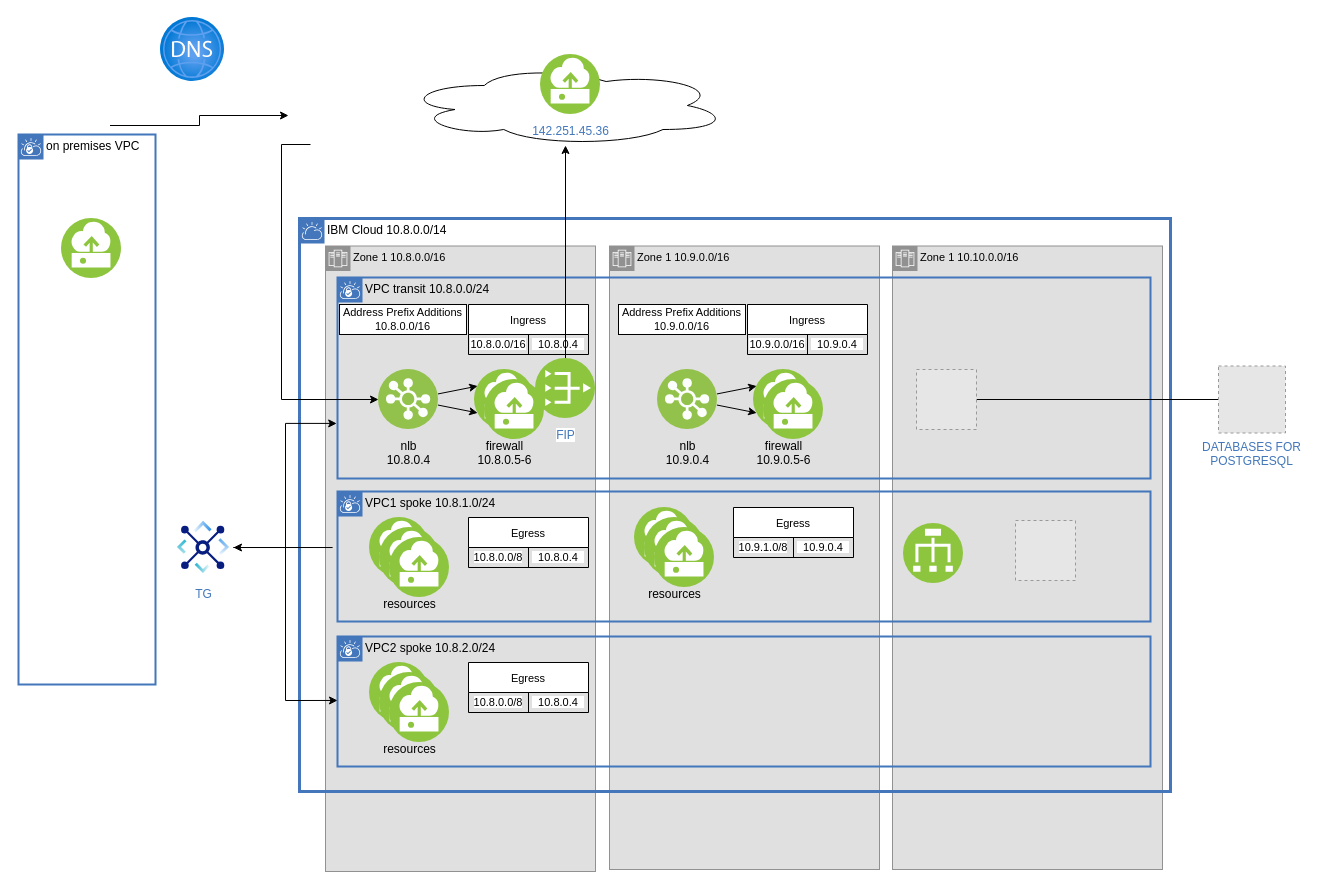
The draw.io diagram page "zonal" (2 of 6) of firewall.drawio in IBM-Cloud/vpc-transit-firewall, before the edit. Source tidied: cells renumbered, new cells numbered last; positions are measured from the earlier drawing's top-left corner, leaving out a move shared by most shapes. Both pictures are drawn from the tidied source at 100%, with x=0, y=0 at pixel (18, 17). Pictures stored in the file or linked from it are replaced by grey dashed boxes.
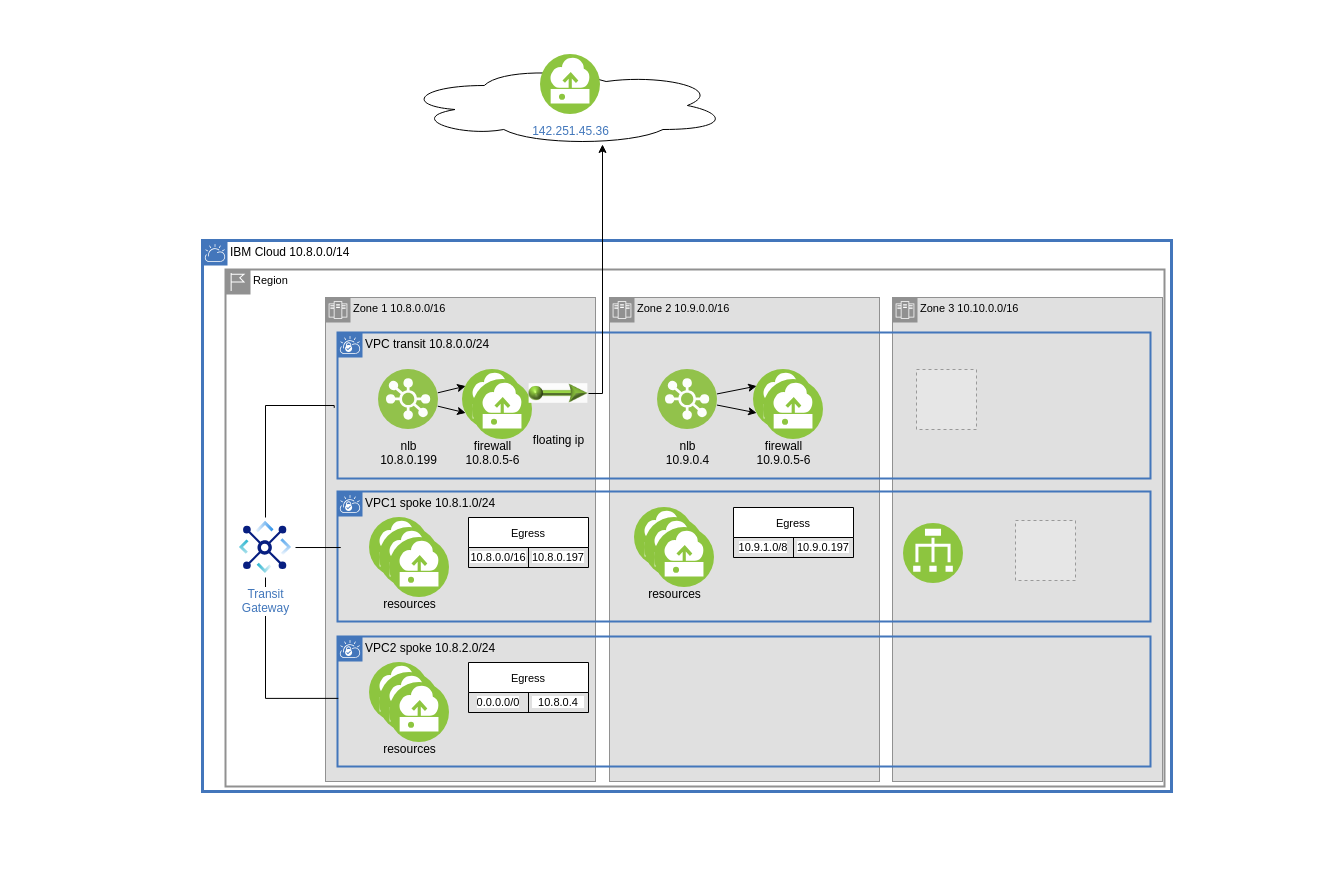
The same page after the edit.

Unchanged cells that the change refers to:
```xml
<mxCell id="7" value="&lt;span style=&quot;font-weight: normal&quot;&gt;VPC1 spoke 10.8.1.0/24&lt;br&gt;&lt;/span&gt;" style="shape=mxgraph.ibm.box;prType=vpc;fontStyle=1;verticalAlign=top;align=left;spacingLeft=32;spacingTop=4;fillColor=none;rounded=0;whiteSpace=wrap;html=1;strokeColor=#4376BB;strokeWidth=2;dashed=0;spacing=-4;labelBackgroundColor=none;" parent="1" vertex="1">
  <mxGeometry x="319" y="474" width="813" height="130" as="geometry" />
</mxCell>
<mxCell id="19" style="shape=tableRow;horizontal=0;startSize=0;swimlaneHead=0;swimlaneBody=0;top=0;left=0;bottom=0;right=0;fillColor=none;fontFamily=Helvetica;fontSize=11;fontColor=default;" parent="18" vertex="1">
  <mxGeometry y="30" width="120" height="20" as="geometry" />
</mxCell>
<mxCell id="26" value="&lt;span style=&quot;font-weight: normal&quot;&gt;VPC2 spoke 10.8.2.0/24&lt;br&gt;&lt;/span&gt;" style="shape=mxgraph.ibm.box;prType=vpc;fontStyle=1;verticalAlign=top;align=left;spacingLeft=32;spacingTop=4;fillColor=none;rounded=0;whiteSpace=wrap;html=1;strokeColor=#4376BB;strokeWidth=2;dashed=0;spacing=-4;labelBackgroundColor=none;" parent="1" vertex="1">
  <mxGeometry x="319" y="619" width="813" height="130" as="geometry" />
</mxCell>
<mxCell id="28" style="shape=tableRow;horizontal=0;startSize=0;swimlaneHead=0;swimlaneBody=0;top=0;left=0;bottom=0;right=0;fillColor=none;fontFamily=Helvetica;fontSize=11;fontColor=default;" parent="27" vertex="1">
  <mxGeometry y="30" width="120" height="20" as="geometry" />
</mxCell>
<mxCell id="45" style="shape=tableRow;horizontal=0;startSize=0;swimlaneHead=0;swimlaneBody=0;top=0;left=0;bottom=0;right=0;fillColor=none;fontFamily=Helvetica;fontSize=11;fontColor=default;" parent="44" vertex="1">
  <mxGeometry y="30" width="120" height="20" as="geometry" />
</mxCell>
<mxCell id="59" style="ellipse;shape=cloud;whiteSpace=wrap;html=1;labelBackgroundColor=none;fontFamily=Helvetica;fontSize=11;fontColor=#000000;fillColor=#FFFFFF;" parent="1" vertex="1">
  <mxGeometry x="384.5" y="48" width="325" height="80" as="geometry" />
</mxCell>
<mxCell id="65" style="fillColor=#E6E6E6;strokeColor=#999999;dashed=1;verticalLabelPosition=bottom;labelBackgroundColor=#ffffff;verticalAlign=top;" parent="1" vertex="1">
  <mxGeometry x="898" y="352" width="60" height="60" as="geometry" />
</mxCell>
```

The edit, as a diff of the source:
```diff
@@
+    <mxCell id="5" value="IBM Cloud 10.8.0.0/14" style="shape=mxgraph.ibm.box;prType=cloud;fontStyle=0;verticalAlign=top;align=left;spacingLeft=32;spacingTop=4;fillColor=none;rounded=0;whiteSpace=wrap;html=1;strokeColor=#4376BB;strokeWidth=3;dashed=0;spacing=-4;" parent="1" vertex="1">
+      <mxGeometry x="184" y="223" width="969" height="551" as="geometry" />
+    </mxCell>
+    <mxCell id="68" value="Region" style="shape=mxgraph.ibm.box;prType=region;fontStyle=0;verticalAlign=top;align=left;spacingLeft=32;spacingTop=4;fillColor=none;rounded=0;whiteSpace=wrap;html=1;strokeColor=#919191;strokeWidth=2;dashed=0;spacing=-4;labelBackgroundColor=none;fontFamily=Helvetica;fontSize=11;fontColor=#000000;" parent="1" vertex="1">
+      <mxGeometry x="207" y="252" width="939" height="517" as="geometry" />
+    </mxCell>
-    <mxCell id="2" value="Zone 1 10.10.0.0/16" style="shape=mxgraph.ibm.box;prType=zone;fontStyle=0;verticalAlign=top;align=left;spacingLeft=32;spacingTop=4;fillColor=#E0E0E0;rounded=0;whiteSpace=wrap;html=1;strokeColor=#919191;strokeWidth=1;dashed=0;spacing=-4;fontFamily=Helvetica;fontSize=11;fontColor=default;" parent="1" vertex="1">
-      <mxGeometry x="874" y="228.5" width="270" height="623.5" as="geometry" />
+    <mxCell id="2" value="Zone 3 10.10.0.0/16" style="shape=mxgraph.ibm.box;prType=zone;fontStyle=0;verticalAlign=top;align=left;spacingLeft=32;spacingTop=4;fillColor=#E0E0E0;rounded=0;whiteSpace=wrap;html=1;strokeColor=#919191;strokeWidth=1;dashed=0;spacing=-4;fontFamily=Helvetica;fontSize=11;fontColor=default;" parent="1" vertex="1">
+      <mxGeometry x="874" y="280" width="270" height="484" as="geometry" />
     </mxCell>
     <mxCell id="3" value="Zone 1 10.8.0.0/16" style="shape=mxgraph.ibm.box;prType=zone;fontStyle=0;verticalAlign=top;align=left;spacingLeft=32;spacingTop=4;fillColor=#E0E0E0;rounded=0;whiteSpace=wrap;html=1;strokeColor=#919191;strokeWidth=1;dashed=0;spacing=-4;fontFamily=Helvetica;fontSize=11;fontColor=default;" parent="1" vertex="1">
-      <mxGeometry x="307" y="228.5" width="270" height="625.5" as="geometry" />
+      <mxGeometry x="307" y="280" width="270" height="484" as="geometry" />
     </mxCell>
-    <mxCell id="4" value="Zone 1 10.9.0.0/16" style="shape=mxgraph.ibm.box;prType=zone;fontStyle=0;verticalAlign=top;align=left;spacingLeft=32;spacingTop=4;fillColor=#E0E0E0;rounded=0;whiteSpace=wrap;html=1;strokeColor=#919191;strokeWidth=1;dashed=0;spacing=-4;fontFamily=Helvetica;fontSize=11;fontColor=default;" parent="1" vertex="1">
-      <mxGeometry x="591" y="228.5" width="270" height="623.5" as="geometry" />
+    <mxCell id="4" value="Zone 2 10.9.0.0/16" style="shape=mxgraph.ibm.box;prType=zone;fontStyle=0;verticalAlign=top;align=left;spacingLeft=32;spacingTop=4;fillColor=#E0E0E0;rounded=0;whiteSpace=wrap;html=1;strokeColor=#919191;strokeWidth=1;dashed=0;spacing=-4;fontFamily=Helvetica;fontSize=11;fontColor=default;" parent="1" vertex="1">
+      <mxGeometry x="591" y="280" width="270" height="484" as="geometry" />
     </mxCell>
-    <mxCell id="5" value="IBM Cloud 10.8.0.0/14" style="shape=mxgraph.ibm.box;prType=cloud;fontStyle=0;verticalAlign=top;align=left;spacingLeft=32;spacingTop=4;fillColor=none;rounded=0;whiteSpace=wrap;html=1;strokeColor=#4376BB;strokeWidth=3;dashed=0;spacing=-4;" parent="1" vertex="1">
-      <mxGeometry x="281" y="201" width="871" height="573" as="geometry" />
-    </mxCell>
     <mxCell id="6" value="&lt;span style=&quot;font-weight: normal&quot;&gt;VPC transit 10.8.0.0/24&lt;br&gt;&lt;/span&gt;" style="shape=mxgraph.ibm.box;prType=vpc;fontStyle=1;verticalAlign=top;align=left;spacingLeft=32;spacingTop=4;fillColor=none;rounded=0;whiteSpace=wrap;html=1;strokeColor=#4376BB;strokeWidth=2;dashed=0;spacing=-4;" parent="1" vertex="1">
-      <mxGeometry x="319" y="260" width="813" height="201" as="geometry" />
+      <mxGeometry x="319" y="315" width="813" height="146" as="geometry" />
     </mxCell>
@@
-    <mxCell id="8" style="edgeStyle=orthogonalEdgeStyle;shape=connector;rounded=0;jettySize=auto;html=1;entryX=0;entryY=0.5;entryDx=0;entryDy=0;labelBackgroundColor=default;fontFamily=Helvetica;fontSize=11;fontColor=#000000;endArrow=classic;endFill=1;strokeColor=default;strokeWidth=1;" parent="1" edge="1" target="12">
-      <mxGeometry relative="1" as="geometry">
-        <mxPoint x="292" y="127" as="sourcePoint" />
-        <Array as="points">
-          <mxPoint x="263" y="127" />
-          <mxPoint x="263" y="382" />
-        </Array>
-      </mxGeometry>
-    </mxCell>
-    <mxCell id="9" value="Address Prefix Additions&lt;br&gt;10.8.0.0/16" style="rounded=0;whiteSpace=wrap;html=1;fontFamily=Helvetica;fontSize=11;fontColor=default;" parent="1" vertex="1">
-      <mxGeometry x="321" y="287" width="127" height="30" as="geometry" />
-    </mxCell>
@@
-    <mxCell id="12" value="nlb&lt;br&gt;10.8.0.4" style="perimeter=ellipsePerimeter;html=1;align=center;shadow=0;dashed=0;fontColor=default;fontSize=12;spacingTop=3;image;image=img/lib/ibm/vpc/LoadBalancerPool.svg;fontFamily=Helvetica;labelBackgroundColor=none;" parent="1" vertex="1">
+    <mxCell id="12" value="nlb&lt;br&gt;10.8.0.199" style="perimeter=ellipsePerimeter;html=1;align=center;shadow=0;dashed=0;fontColor=default;fontSize=12;spacingTop=3;image;image=img/lib/ibm/vpc/LoadBalancerPool.svg;fontFamily=Helvetica;labelBackgroundColor=none;" parent="1" vertex="1">
       <mxGeometry x="360" y="352" width="60" height="60" as="geometry" />
     </mxCell>
     <mxCell id="13" value="&lt;font color=&quot;#000000&quot;&gt;firewall&lt;br&gt;10.8.0.5-6&lt;/font&gt;" style="perimeter=ellipsePerimeter;html=1;align=center;shadow=0;dashed=0;fontColor=#4277BB;fontSize=12;spacingTop=3;image;image=img/lib/ibm/vpc/Instance.svg;labelBackgroundColor=none;" parent="1" vertex="1">
-      <mxGeometry x="456" y="352" width="60" height="60" as="geometry" />
+      <mxGeometry x="444" y="352" width="60" height="60" as="geometry" />
     </mxCell>
-    <mxCell id="14" value="Ingress" style="shape=table;startSize=30;childLayout=tableLayout;fontFamily=Helvetica;fontSize=11;fontColor=default;spacing=0;labelBackgroundColor=#FFFFFF;fillColor=#FFFFFF;" parent="1" vertex="1">
-      <mxGeometry x="450" y="287" width="120" height="50" as="geometry" />
-    </mxCell>
-    <mxCell id="15" style="shape=tableRow;horizontal=0;startSize=0;swimlaneHead=0;swimlaneBody=0;top=0;left=0;bottom=0;right=0;fillColor=none;fontFamily=Helvetica;fontSize=11;fontColor=default;" parent="14" vertex="1">
-      <mxGeometry y="30" width="120" height="20" as="geometry" />
-    </mxCell>
-    <mxCell id="16" value="&lt;span style=&quot;background-color: rgb(255, 255, 255);&quot;&gt;10.8.0.0/16&lt;/span&gt;" style="shape=partialRectangle;html=1;whiteSpace=wrap;overflow=hidden;fillColor=none;top=0;left=0;bottom=0;right=0;fontFamily=Helvetica;fontSize=11;fontColor=default;" parent="15" vertex="1">
-      <mxGeometry width="60" height="20" as="geometry" />
-    </mxCell>
-    <mxCell id="17" value="&lt;span style=&quot;background-color: rgb(255, 255, 255);&quot;&gt;&amp;nbsp; 10.8.0.4&amp;nbsp;&amp;nbsp;&lt;/span&gt;" style="shape=partialRectangle;html=1;whiteSpace=wrap;overflow=hidden;fillColor=none;top=0;left=0;bottom=0;right=0;fontFamily=Helvetica;fontSize=11;fontColor=default;" parent="15" vertex="1">
-      <mxGeometry x="60" width="60" height="20" as="geometry" />
-    </mxCell>
@@
-    <mxCell id="20" value="&lt;span style=&quot;background-color: rgb(255, 255, 255);&quot;&gt;10.8.0.0/8&lt;/span&gt;" style="shape=partialRectangle;html=1;whiteSpace=wrap;overflow=hidden;fillColor=none;top=0;left=0;bottom=0;right=0;fontFamily=Helvetica;fontSize=11;fontColor=default;" parent="19" vertex="1">
+    <mxCell id="20" value="&lt;span style=&quot;background-color: rgb(255, 255, 255);&quot;&gt;10.8.0.0/16&lt;/span&gt;" style="shape=partialRectangle;html=1;whiteSpace=wrap;overflow=hidden;fillColor=none;top=0;left=0;bottom=0;right=0;fontFamily=Helvetica;fontSize=11;fontColor=default;" parent="19" vertex="1">
       <mxGeometry width="60" height="20" as="geometry" />
     </mxCell>
-    <mxCell id="21" value="&lt;span style=&quot;background-color: rgb(255, 255, 255);&quot;&gt;&amp;nbsp; 10.8.0.4&amp;nbsp;&amp;nbsp;&lt;/span&gt;" style="shape=partialRectangle;html=1;whiteSpace=wrap;overflow=hidden;fillColor=none;top=0;left=0;bottom=0;right=0;fontFamily=Helvetica;fontSize=11;fontColor=default;" parent="19" vertex="1">
+    <mxCell id="21" value="&lt;span style=&quot;background-color: rgb(255, 255, 255);&quot;&gt;10.8.0.197&lt;/span&gt;" style="shape=partialRectangle;html=1;whiteSpace=wrap;overflow=hidden;fillColor=none;top=0;left=0;bottom=0;right=0;fontFamily=Helvetica;fontSize=11;fontColor=default;" parent="19" vertex="1">
       <mxGeometry x="60" width="60" height="20" as="geometry" />
     </mxCell>
@@
     <mxCell id="25" style="perimeter=ellipsePerimeter;html=1;align=center;shadow=0;dashed=0;fontColor=#4277BB;fontSize=12;spacingTop=3;image;image=img/lib/ibm/vpc/Instance.svg;labelBackgroundColor=none;" parent="1" vertex="1">
-      <mxGeometry x="466" y="362" width="60" height="60" as="geometry" />
+      <mxGeometry x="454" y="362" width="60" height="60" as="geometry" />
     </mxCell>
@@
-    <mxCell id="29" value="&lt;span style=&quot;background-color: rgb(255, 255, 255);&quot;&gt;10.8.0.0/8&lt;/span&gt;" style="shape=partialRectangle;html=1;whiteSpace=wrap;overflow=hidden;fillColor=none;top=0;left=0;bottom=0;right=0;fontFamily=Helvetica;fontSize=11;fontColor=default;" parent="28" vertex="1">
+    <mxCell id="29" value="&lt;span style=&quot;background-color: rgb(255, 255, 255);&quot;&gt;0.0.0.0/0&lt;/span&gt;" style="shape=partialRectangle;html=1;whiteSpace=wrap;overflow=hidden;fillColor=none;top=0;left=0;bottom=0;right=0;fontFamily=Helvetica;fontSize=11;fontColor=default;" parent="28" vertex="1">
       <mxGeometry width="60" height="20" as="geometry" />
     </mxCell>
@@
-    <mxCell id="34" value="Address Prefix Additions&lt;br&gt;10.9.0.0/16" style="rounded=0;whiteSpace=wrap;html=1;fontFamily=Helvetica;fontSize=11;fontColor=default;" parent="1" vertex="1">
-      <mxGeometry x="600" y="287" width="127" height="30" as="geometry" />
-    </mxCell>
@@
-    <mxCell id="39" value="Ingress" style="shape=table;startSize=30;childLayout=tableLayout;fontFamily=Helvetica;fontSize=11;fontColor=default;spacing=0;labelBackgroundColor=#FFFFFF;fillColor=#FFFFFF;" parent="1" vertex="1">
-      <mxGeometry x="729" y="287" width="120" height="50" as="geometry" />
-    </mxCell>
-    <mxCell id="40" style="shape=tableRow;horizontal=0;startSize=0;swimlaneHead=0;swimlaneBody=0;top=0;left=0;bottom=0;right=0;fillColor=none;fontFamily=Helvetica;fontSize=11;fontColor=default;" parent="39" vertex="1">
-      <mxGeometry y="30" width="120" height="20" as="geometry" />
-    </mxCell>
-    <mxCell id="41" value="&lt;span style=&quot;background-color: rgb(255, 255, 255);&quot;&gt;10.9.0.0/16&lt;/span&gt;" style="shape=partialRectangle;html=1;whiteSpace=wrap;overflow=hidden;fillColor=none;top=0;left=0;bottom=0;right=0;fontFamily=Helvetica;fontSize=11;fontColor=default;" parent="40" vertex="1">
-      <mxGeometry width="60" height="20" as="geometry" />
-    </mxCell>
-    <mxCell id="42" value="&lt;span style=&quot;background-color: rgb(255, 255, 255);&quot;&gt;&amp;nbsp; 10.9.0.4&amp;nbsp;&amp;nbsp;&lt;/span&gt;" style="shape=partialRectangle;html=1;whiteSpace=wrap;overflow=hidden;fillColor=none;top=0;left=0;bottom=0;right=0;fontFamily=Helvetica;fontSize=11;fontColor=default;" parent="40" vertex="1">
-      <mxGeometry x="60" width="60" height="20" as="geometry" />
-    </mxCell>
@@
-    <mxCell id="47" value="&lt;span style=&quot;background-color: rgb(255, 255, 255);&quot;&gt;&amp;nbsp; 10.9.0.4&amp;nbsp;&amp;nbsp;&lt;/span&gt;" style="shape=partialRectangle;html=1;whiteSpace=wrap;overflow=hidden;fillColor=none;top=0;left=0;bottom=0;right=0;fontFamily=Helvetica;fontSize=11;fontColor=default;" parent="45" vertex="1">
+    <mxCell id="47" value="&lt;span style=&quot;background-color: rgb(255, 255, 255);&quot;&gt;10.9.0.197&lt;/span&gt;" style="shape=partialRectangle;html=1;whiteSpace=wrap;overflow=hidden;fillColor=none;top=0;left=0;bottom=0;right=0;fontFamily=Helvetica;fontSize=11;fontColor=default;" parent="45" vertex="1">
       <mxGeometry x="60" width="60" height="20" as="geometry" />
     </mxCell>
@@
+    <mxCell id="53" style="edgeStyle=orthogonalEdgeStyle;shape=connector;rounded=0;jettySize=auto;html=1;labelBackgroundColor=default;fontFamily=Helvetica;fontSize=11;fontColor=#000000;startArrow=none;startFill=0;endArrow=none;endFill=0;strokeColor=default;strokeWidth=1;entryX=0.004;entryY=0.431;entryDx=0;entryDy=0;entryPerimeter=0;" parent="1" edge="1" source="54" target="7">
+      <mxGeometry relative="1" as="geometry" />
+    </mxCell>
-    <mxCell id="51" style="edgeStyle=orthogonalEdgeStyle;shape=connector;rounded=0;jettySize=auto;html=1;entryX=-0.001;entryY=0.726;entryDx=0;entryDy=0;entryPerimeter=0;labelBackgroundColor=default;fontFamily=Helvetica;fontSize=11;fontColor=#000000;endArrow=classic;endFill=1;strokeColor=default;strokeWidth=1;" parent="1" edge="1" source="54" target="6">
-      <mxGeometry relative="1" as="geometry" />
+    <mxCell id="51" style="edgeStyle=orthogonalEdgeStyle;shape=connector;rounded=0;jettySize=auto;html=1;entryX=-0.004;entryY=0.516;entryDx=0;entryDy=0;entryPerimeter=0;labelBackgroundColor=default;fontFamily=Helvetica;fontSize=11;fontColor=#000000;endArrow=none;endFill=0;strokeColor=default;strokeWidth=1;" parent="1" edge="1" source="54" target="6">
+      <mxGeometry relative="1" as="geometry">
+        <Array as="points">
+          <mxPoint x="247" y="388" />
+          <mxPoint x="316" y="388" />
+        </Array>
+      </mxGeometry>
     </mxCell>
-    <mxCell id="52" style="edgeStyle=orthogonalEdgeStyle;shape=connector;rounded=0;jettySize=auto;html=1;entryX=0;entryY=0.492;entryDx=0;entryDy=0;entryPerimeter=0;labelBackgroundColor=default;fontFamily=Helvetica;fontSize=11;fontColor=#000000;endArrow=classic;endFill=1;strokeColor=default;strokeWidth=1;" parent="1" edge="1" source="54" target="26">
-      <mxGeometry relative="1" as="geometry" />
+    <mxCell id="52" style="edgeStyle=orthogonalEdgeStyle;shape=connector;rounded=0;jettySize=auto;html=1;entryX=0.001;entryY=0.476;entryDx=0;entryDy=0;entryPerimeter=0;labelBackgroundColor=default;fontFamily=Helvetica;fontSize=11;fontColor=#000000;endArrow=none;endFill=0;strokeColor=default;strokeWidth=1;" parent="1" edge="1" source="54" target="26">
+      <mxGeometry relative="1" as="geometry">
+        <Array as="points">
+          <mxPoint x="247" y="681" />
+        </Array>
+      </mxGeometry>
     </mxCell>
-    <mxCell id="53" style="edgeStyle=orthogonalEdgeStyle;shape=connector;rounded=0;jettySize=auto;html=1;entryX=-0.006;entryY=0.431;entryDx=0;entryDy=0;entryPerimeter=0;labelBackgroundColor=default;fontFamily=Helvetica;fontSize=11;fontColor=#000000;startArrow=classic;startFill=1;endArrow=none;endFill=0;strokeColor=default;strokeWidth=1;" parent="1" edge="1" source="54" target="7">
-      <mxGeometry relative="1" as="geometry" />
-    </mxCell>
-    <mxCell id="54" value="TG" style="perimeter=ellipsePerimeter;html=1;align=center;shadow=0;dashed=0;fontColor=#4277BB;labelBackgroundColor=#ffffff;fontSize=12;spacingTop=3;image;image=img/lib/ibm/vpc/TransitGateway.svg;" parent="1" vertex="1">
-      <mxGeometry x="155" y="500" width="60" height="60" as="geometry" />
+    <mxCell id="54" value="Transit&lt;br&gt;Gateway" style="perimeter=ellipsePerimeter;html=1;align=center;shadow=0;dashed=0;fontColor=#4277BB;labelBackgroundColor=#ffffff;fontSize=12;spacingTop=3;image;image=img/lib/ibm/vpc/TransitGateway.svg;" parent="1" vertex="1">
+      <mxGeometry x="217" y="500" width="60" height="60" as="geometry" />
     </mxCell>
-    <mxCell id="55" value="on premises VPC" style="shape=mxgraph.ibm.box;prType=vpc;fontStyle=0;verticalAlign=top;align=left;spacingLeft=32;spacingTop=4;fillColor=none;rounded=0;whiteSpace=wrap;html=1;strokeColor=#4376BB;strokeWidth=2;dashed=0;spacing=-4;" parent="1" vertex="1">
-      <mxGeometry y="117" width="137" height="550" as="geometry" />
-    </mxCell>
-    <mxCell id="56" style="edgeStyle=orthogonalEdgeStyle;shape=connector;rounded=0;orthogonalLoop=1;jettySize=auto;html=1;labelBackgroundColor=default;fontFamily=Helvetica;fontSize=11;fontColor=#000000;endArrow=classic;endFill=1;strokeColor=default;strokeWidth=1;" parent="1" edge="1">
-      <mxGeometry relative="1" as="geometry">
-        <mxPoint x="91.5" y="108" as="sourcePoint" />
-        <mxPoint x="270" y="98" as="targetPoint" />
-        <Array as="points">
-          <mxPoint x="181" y="108" />
-          <mxPoint x="181" y="98" />
-        </Array>
-      </mxGeometry>
-    </mxCell>
-    <mxCell id="57" style="perimeter=ellipsePerimeter;html=1;align=center;shadow=0;dashed=0;fontColor=#4277BB;fontSize=12;spacingTop=3;image;image=img/lib/ibm/vpc/Instance.svg;labelBackgroundColor=none;" parent="1" vertex="1">
-      <mxGeometry x="43" y="201" width="60" height="60" as="geometry" />
-    </mxCell>
-    <mxCell id="58" style="edgeStyle=orthogonalEdgeStyle;shape=connector;rounded=0;jettySize=auto;html=1;labelBackgroundColor=default;fontFamily=Helvetica;fontSize=11;fontColor=#000000;endArrow=none;endFill=0;strokeColor=default;strokeWidth=1;startArrow=classic;startFill=1;" parent="1" edge="1" source="59" target="60">
-      <mxGeometry relative="1" as="geometry" />
+    <mxCell id="58" style="edgeStyle=orthogonalEdgeStyle;shape=connector;rounded=0;jettySize=auto;html=1;labelBackgroundColor=default;fontFamily=Helvetica;fontSize=11;fontColor=#000000;endArrow=none;endFill=0;strokeColor=default;strokeWidth=1;startArrow=classic;startFill=1;entryX=1;entryY=0.5;entryDx=0;entryDy=0;" parent="1" edge="1" source="59" target="69">
+      <mxGeometry relative="1" as="geometry">
+        <Array as="points">
+          <mxPoint x="584" y="376" />
+          <mxPoint x="570" y="376" />
+        </Array>
+      </mxGeometry>
     </mxCell>
@@
-    <mxCell id="60" value="FIP" style="perimeter=ellipsePerimeter;html=1;align=center;shadow=0;dashed=0;fontColor=#4277BB;labelBackgroundColor=#ffffff;fontSize=12;spacingTop=3;image;image=img/lib/ibm/vpc/PublicGateway.svg;fontFamily=Helvetica;fillColor=#FFFFFF;" parent="1" vertex="1">
-      <mxGeometry x="517" y="341" width="60" height="60" as="geometry" />
-    </mxCell>
@@
-    <mxCell id="62" style="html=1;align=center;image;fontSize=12;image=img/lib/azure2/networking/DNS_Zones.svg;labelBackgroundColor=none;fontFamily=Helvetica;fontColor=#000000;fillColor=#FFFFFF;" parent="1" vertex="1">
-      <mxGeometry x="142" width="64" height="64" as="geometry" />
-    </mxCell>
@@
-    <mxCell id="64" style="edgeStyle=orthogonalEdgeStyle;shape=connector;rounded=0;jettySize=auto;html=1;labelBackgroundColor=default;fontFamily=Helvetica;fontSize=11;fontColor=#000000;startArrow=none;startFill=0;endArrow=none;endFill=0;strokeColor=default;strokeWidth=1;" parent="1" edge="1" source="65" target="66">
-      <mxGeometry relative="1" as="geometry" />
-    </mxCell>
@@
-    <mxCell id="66" value="DATABASES FOR&#10;POSTGRESQL" style="fillColor=#E6E6E6;strokeColor=#999999;dashed=1;verticalLabelPosition=bottom;verticalAlign=top;fontColor=#4277BB;" parent="1" vertex="1">
-      <mxGeometry x="1200" y="348.5" width="67" height="67" as="geometry" />
-    </mxCell>
@@
+    <mxCell id="69" value="floating ip" style="perimeter=ellipsePerimeter;html=1;align=center;shadow=0;dashed=0;fontColor=#000000;fontSize=12;spacingTop=3;image;image=img/lib/ibm/vpc/FloatingIP.svg;fontFamily=Helvetica;fillColor=#FFFFFF;labelBackgroundColor=none;backgroundOutline=0;imageBackground=none;" parent="1" vertex="1">
+      <mxGeometry x="510" y="346" width="60" height="60" as="geometry" />
+    </mxCell>
```
